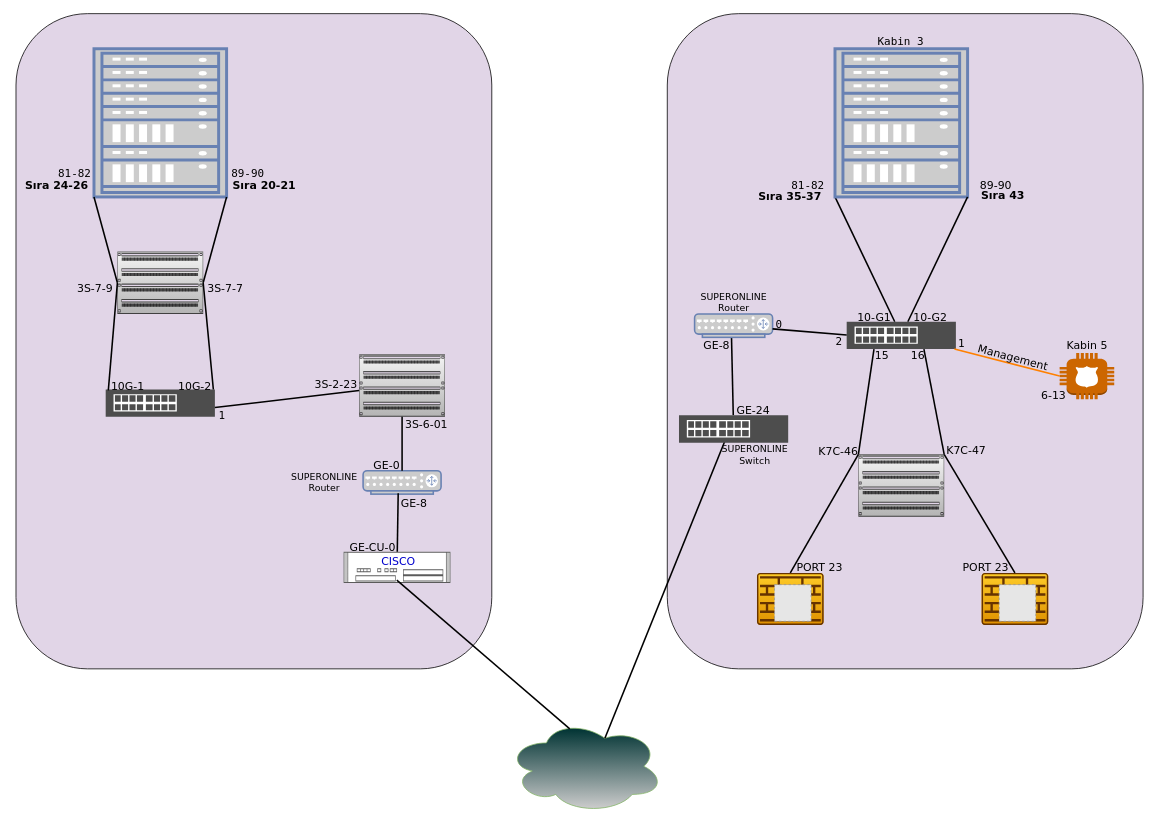
Before: Başlıksız Diyagram.drawio in seozdemir/draw.io, a draw.io diagram. Source tidied: cells renumbered, new cells numbered last; positions are measured from the earlier drawing's top-left corner, leaving out a move shared by most shapes. Both pictures are drawn from the tidied source at 78%, with x=0, y=0 at pixel (-74, 30). Pictures stored in the file or linked from it are replaced by grey dashed boxes.
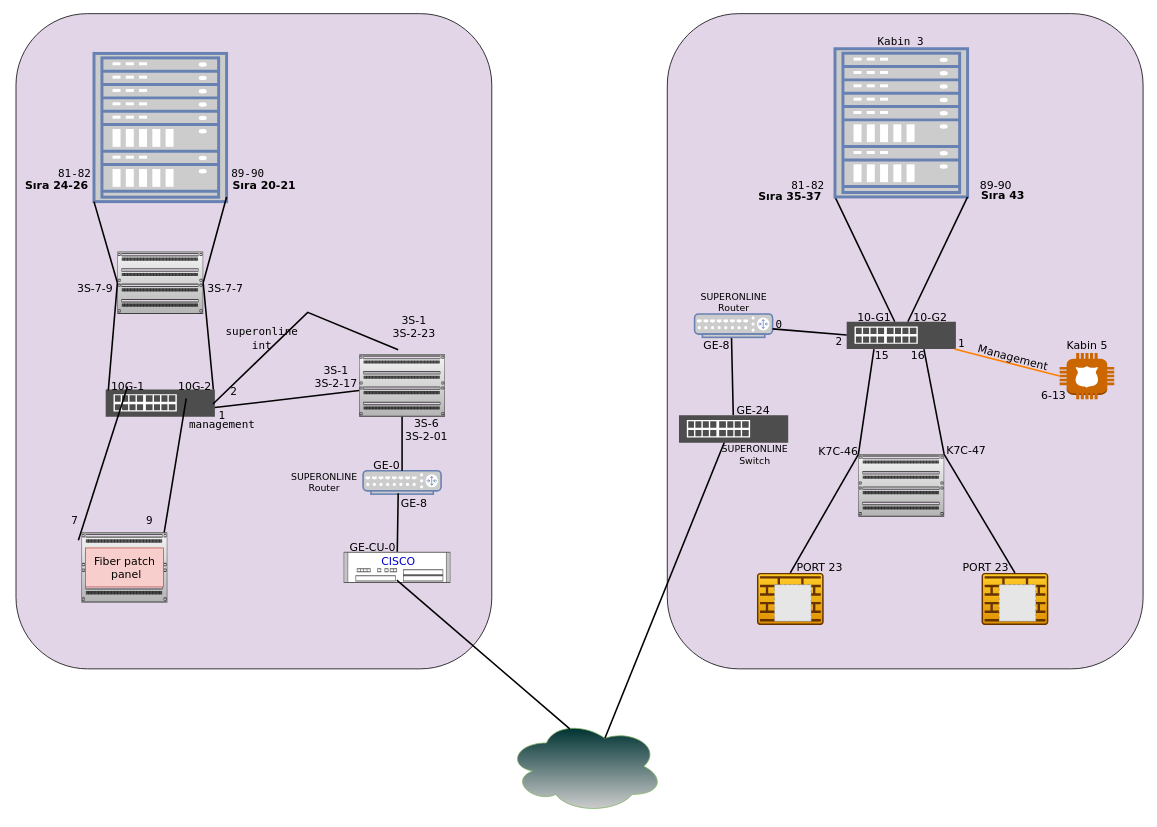
Above is the later version.

Unchanged cells that the change refers to:
```xml
<mxCell id="67" value="&lt;font face=&quot;Verdana&quot; style=&quot;font-size: 14px;&quot;&gt;10G-2&lt;/font&gt;" style="text;html=1;align=center;verticalAlign=middle;points=[];strokeColor=none;fillColor=none;" parent="1" vertex="1">
  <mxGeometry x="309" y="442.3" width="70" height="30" as="geometry" />
</mxCell>
<mxCell id="69" value="&lt;font face=&quot;Lucida Console&quot; style=&quot;font-size: 14px;&quot;&gt;1&lt;/font&gt;" style="text;html=1;align=center;verticalAlign=middle;points=[];strokeColor=none;fillColor=none;" parent="1" vertex="1">
  <mxGeometry x="364" y="479" width="30" height="30" as="geometry" />
</mxCell>
```

What changed in the source:
```diff
@@
     <mxCell id="26" style="fontColor=#0066CC;verticalAlign=top;verticalLabelPosition=bottom;labelPosition=center;align=center;html=1;outlineConnect=0;fillColor=#CCCCCC;strokeColor=#6881B3;gradientColor=none;gradientDirection=north;strokeWidth=2;shape=mxgraph.networks.rack;sketch=0;" parent="1" vertex="1">
-      <mxGeometry x="215" y="24" width="170" height="190" as="geometry" />
+      <mxGeometry x="215" y="30" width="170" height="190" as="geometry" />
     </mxCell>
@@
-    <mxCell id="70" value="&lt;font face=&quot;Verdana&quot; style=&quot;font-size: 14px;&quot;&gt;3S-2-23&lt;/font&gt;" style="text;html=1;align=center;verticalAlign=middle;strokeColor=none;fillColor=none;rotation=0;" parent="1" vertex="1">
-      <mxGeometry x="485" y="440" width="80" height="30" as="geometry" />
+    <mxCell id="70" value="&lt;font face=&quot;Verdana&quot; style=&quot;font-size: 14px;&quot;&gt;3S-1&lt;br&gt;3S-2-17&lt;/font&gt;" style="text;html=1;align=center;verticalAlign=middle;strokeColor=none;fillColor=none;rotation=0;" parent="1" vertex="1">
+      <mxGeometry x="485" y="418.6" width="80" height="50" as="geometry" />
     </mxCell>
-    <mxCell id="71" value="&lt;font face=&quot;Verdana&quot; style=&quot;font-size: 14px;&quot;&gt;3S-6-01&lt;/font&gt;" style="text;html=1;align=center;verticalAlign=middle;strokeColor=none;fillColor=none;" parent="1" vertex="1">
-      <mxGeometry x="601" y="491" width="80" height="30" as="geometry" />
+    <mxCell id="71" value="&lt;font face=&quot;Verdana&quot; style=&quot;font-size: 14px;&quot;&gt;3S-6&lt;br&gt;3S-2-01&lt;/font&gt;" style="text;html=1;align=center;verticalAlign=middle;strokeColor=none;fillColor=none;" parent="1" vertex="1">
+      <mxGeometry x="601" y="487" width="80" height="50" as="geometry" />
     </mxCell>
@@
+    <mxCell id="80" style="strokeColor=#666666;html=1;labelPosition=right;align=left;spacingLeft=15;shadow=0;dashed=0;shape=mxgraph.rack.general.cat5e_rack_mount_patch_panel_96_ports;fillColor=#f5f5f5;gradientColor=#b3b3b3;" parent="1" vertex="1">
+      <mxGeometry x="199" y="644" width="110" height="90" as="geometry" />
+    </mxCell>
+    <mxCell id="81" value="&lt;font face=&quot;Verdana&quot; style=&quot;font-size: 14px;&quot;&gt;Fiber patch&lt;br&gt;&amp;nbsp;panel&lt;/font&gt;" style="text;html=1;align=center;verticalAlign=middle;strokeColor=#b85450;fillColor=#f8cecc;" parent="1" vertex="1">
+      <mxGeometry x="204" y="664" width="100" height="50" as="geometry" />
+    </mxCell>
+    <mxCell id="82" style="endArrow=none;html=1;rounded=0;strokeWidth=2;exitX=0.347;exitY=1;exitDx=0;exitDy=0;exitPerimeter=0;" parent="1" edge="1" source="67">
+      <mxGeometry x="0.12" y="-22" relative="1" as="geometry">
+        <mxPoint x="305" y="644" as="targetPoint" />
+      </mxGeometry>
+    </mxCell>
+    <mxCell id="83" style="endArrow=none;html=1;rounded=0;strokeWidth=2;" parent="1" edge="1">
+      <mxGeometry x="0.12" y="-22" relative="1" as="geometry">
+        <mxPoint x="258" y="457" as="sourcePoint" />
+        <mxPoint x="195" y="654" as="targetPoint" />
+      </mxGeometry>
+    </mxCell>
+    <mxCell id="84" value="&lt;font face=&quot;Lucida Console&quot; style=&quot;font-size: 14px;&quot;&gt;7&lt;/font&gt;" style="text;html=1;align=center;verticalAlign=middle;strokeColor=none;fillColor=none;" parent="1" vertex="1">
+      <mxGeometry x="175" y="614" width="30" height="30" as="geometry" />
+    </mxCell>
+    <mxCell id="85" value="&lt;font face=&quot;Lucida Console&quot; style=&quot;font-size: 14px;&quot;&gt;9&lt;/font&gt;" style="text;html=1;align=center;verticalAlign=middle;strokeColor=none;fillColor=none;" parent="1" vertex="1">
+      <mxGeometry x="271" y="614" width="30" height="30" as="geometry" />
+    </mxCell>
+    <mxCell id="86" value="&lt;font face=&quot;Lucida Console&quot; style=&quot;font-size: 14px;&quot;&gt;management&lt;/font&gt;" style="text;html=1;align=center;verticalAlign=middle;strokeColor=none;fillColor=none;" parent="1" vertex="1">
+      <mxGeometry x="324" y="491" width="110" height="30" as="geometry" />
+    </mxCell>
+    <mxCell id="87" style="endArrow=none;html=1;rounded=0;strokeWidth=2;exitX=0.119;exitY=0.014;exitDx=0;exitDy=0;exitPerimeter=0;" parent="1" edge="1" source="69">
+      <mxGeometry x="0.12" y="-22" relative="1" as="geometry">
+        <mxPoint x="605" y="410" as="targetPoint" />
+        <Array as="points">
+          <mxPoint x="489" y="362" />
+        </Array>
+      </mxGeometry>
+    </mxCell>
+    <mxCell id="88" value="&lt;font face=&quot;Lucida Console&quot; style=&quot;font-size: 14px;&quot;&gt;2&lt;/font&gt;" style="text;html=1;align=center;verticalAlign=middle;strokeColor=none;fillColor=none;" parent="1" vertex="1">
+      <mxGeometry x="379" y="449" width="30" height="30" as="geometry" />
+    </mxCell>
+    <mxCell id="89" value="&lt;font face=&quot;Verdana&quot; style=&quot;font-size: 14px;&quot;&gt;3S-1&lt;br&gt;3S-2-23&lt;/font&gt;" style="text;html=1;align=center;verticalAlign=middle;strokeColor=none;fillColor=none;rotation=0;" parent="1" vertex="1">
+      <mxGeometry x="585" y="355" width="80" height="50" as="geometry" />
+    </mxCell>
+    <mxCell id="90" value="&lt;font face=&quot;Lucida Console&quot; style=&quot;font-size: 14px;&quot;&gt;superonline&lt;br&gt;int&lt;br&gt;&lt;/font&gt;" style="text;html=1;align=center;verticalAlign=middle;strokeColor=none;fillColor=none;" parent="1" vertex="1">
+      <mxGeometry x="370" y="370" width="120" height="50" as="geometry" />
+    </mxCell>
```
